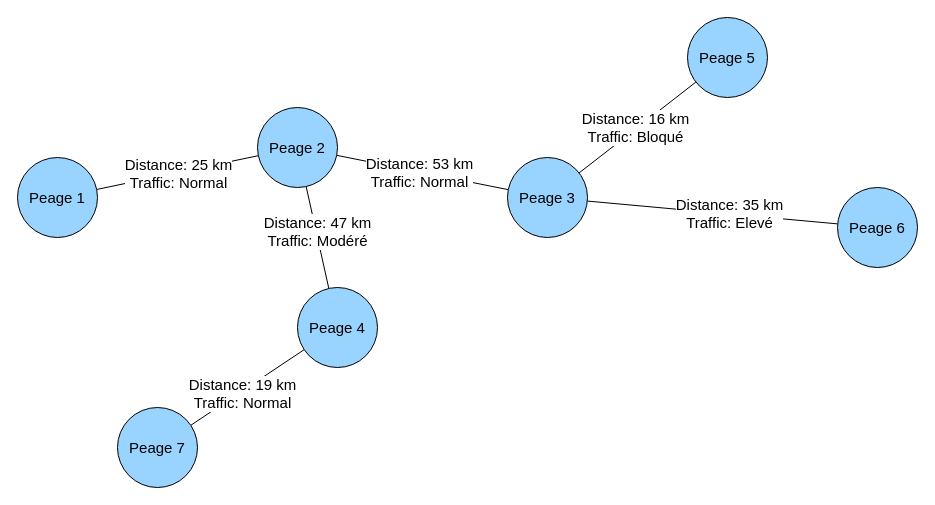
The draw.io diagram diagrams/toll-graph.drawio in devlotfi/peage-pay, before the edit. Source tidied: cells renumbered, new cells numbered last; positions are measured from the earlier drawing's top-left corner, leaving out a move shared by most shapes. Both pictures are drawn from the tidied source at 100%, with x=0, y=0 at pixel (17, 17).
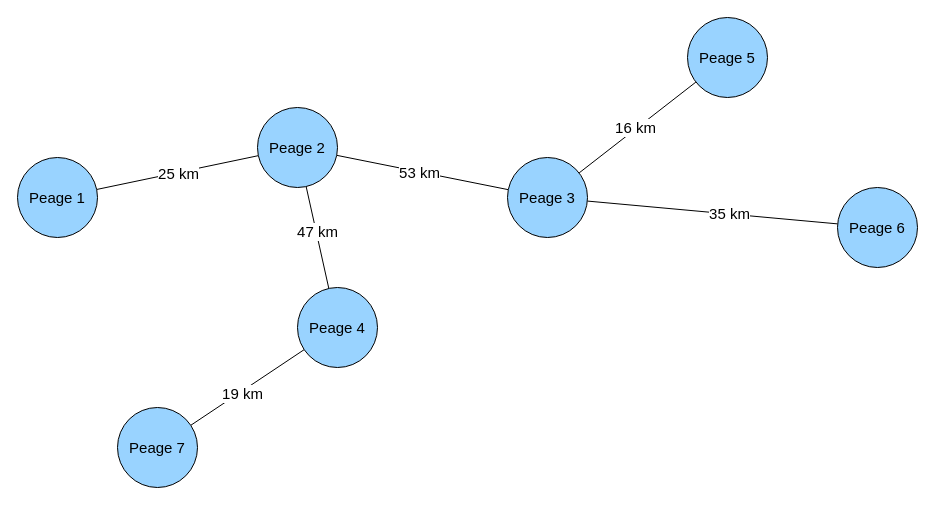
Above is the later version.

Unchanged cells that the change refers to:
```xml
<mxCell id="2" style="rounded=0;jettySize=auto;html=1;endArrow=none;endFill=0;fontSize=15;" parent="1" edge="1" source="4" target="9">
  <mxGeometry relative="1" as="geometry" />
</mxCell>
<mxCell id="5" style="edgeStyle=none;rounded=0;jettySize=auto;html=1;strokeColor=default;align=center;verticalAlign=middle;fontFamily=Helvetica;fontSize=15;fontColor=default;labelBackgroundColor=default;endArrow=none;endFill=0;" parent="1" edge="1" source="9" target="14">
  <mxGeometry relative="1" as="geometry" />
</mxCell>
<mxCell id="7" style="edgeStyle=none;rounded=0;jettySize=auto;html=1;strokeColor=default;align=center;verticalAlign=middle;fontFamily=Helvetica;fontSize=15;fontColor=default;labelBackgroundColor=default;endArrow=none;endFill=0;" parent="1" edge="1" source="9" target="17">
  <mxGeometry relative="1" as="geometry" />
</mxCell>
<mxCell id="10" style="edgeStyle=none;rounded=0;jettySize=auto;html=1;strokeColor=default;align=center;verticalAlign=middle;fontFamily=Helvetica;fontSize=15;fontColor=default;labelBackgroundColor=default;endArrow=none;endFill=0;" parent="1" edge="1" source="14" target="18">
  <mxGeometry relative="1" as="geometry" />
</mxCell>
<mxCell id="12" style="edgeStyle=none;rounded=0;jettySize=auto;html=1;strokeColor=default;align=center;verticalAlign=middle;fontFamily=Helvetica;fontSize=15;fontColor=default;labelBackgroundColor=default;endArrow=none;endFill=0;" parent="1" edge="1" source="14" target="19">
  <mxGeometry relative="1" as="geometry" />
</mxCell>
<mxCell id="15" style="edgeStyle=none;rounded=0;jettySize=auto;html=1;strokeColor=default;align=center;verticalAlign=middle;fontFamily=Helvetica;fontSize=15;fontColor=default;labelBackgroundColor=default;endArrow=none;endFill=0;" parent="1" edge="1" source="17" target="20">
  <mxGeometry relative="1" as="geometry" />
</mxCell>
```

Change to the diagram source:
```diff
@@
-    <mxCell id="3" value="Distance: 25 km&lt;div&gt;Traffic: Normal&lt;/div&gt;" style="edgeLabel;html=1;align=center;verticalAlign=middle;shadow=0;strokeColor=default;fontFamily=Helvetica;fontSize=15;fontColor=default;labelBackgroundColor=default;fillColor=#99D3FF;gradientColor=none;" parent="2" vertex="1">
+    <mxCell id="3" value="25 km" style="edgeLabel;html=1;align=center;verticalAlign=middle;shadow=0;strokeColor=default;fontFamily=Helvetica;fontSize=15;fontColor=default;labelBackgroundColor=default;fillColor=#99D3FF;gradientColor=none;" parent="2" vertex="1">
       <mxGeometry relative="1" as="geometry">
         <mxPoint y="1" as="offset" />
       </mxGeometry>
     </mxCell>
@@
-    <mxCell id="6" value="Distance: 53 km&lt;div&gt;Traffic: Normal&lt;/div&gt;" style="edgeLabel;html=1;align=center;verticalAlign=middle;shadow=0;strokeColor=default;fontFamily=Helvetica;fontSize=15;fontColor=default;labelBackgroundColor=default;fillColor=#99D3FF;gradientColor=none;" parent="5" vertex="1">
+    <mxCell id="6" value="53 km" style="edgeLabel;html=1;align=center;verticalAlign=middle;shadow=0;strokeColor=default;fontFamily=Helvetica;fontSize=15;fontColor=default;labelBackgroundColor=default;fillColor=#99D3FF;gradientColor=none;" parent="5" vertex="1">
       <mxGeometry x="-0.04" relative="1" as="geometry" />
     </mxCell>
@@
-    <mxCell id="8" value="Distance: 47 km&lt;div&gt;Traffic: Modéré&lt;/div&gt;" style="edgeLabel;html=1;align=center;verticalAlign=middle;shadow=0;strokeColor=default;fontFamily=Helvetica;fontSize=15;fontColor=default;labelBackgroundColor=default;fillColor=#99D3FF;gradientColor=none;" parent="7" vertex="1">
+    <mxCell id="8" value="47 km" style="edgeLabel;html=1;align=center;verticalAlign=middle;shadow=0;strokeColor=default;fontFamily=Helvetica;fontSize=15;fontColor=default;labelBackgroundColor=default;fillColor=#99D3FF;gradientColor=none;" parent="7" vertex="1">
       <mxGeometry x="-0.11" y="1" relative="1" as="geometry" />
     </mxCell>
@@
-    <mxCell id="11" value="Distance: 35 km&lt;div&gt;Traffic: Elevé&lt;/div&gt;" style="edgeLabel;html=1;align=center;verticalAlign=middle;shadow=0;strokeColor=default;fontFamily=Helvetica;fontSize=15;fontColor=default;labelBackgroundColor=default;fillColor=#99D3FF;gradientColor=none;" parent="10" vertex="1">
+    <mxCell id="11" value="35 km" style="edgeLabel;html=1;align=center;verticalAlign=middle;shadow=0;strokeColor=default;fontFamily=Helvetica;fontSize=15;fontColor=default;labelBackgroundColor=default;fillColor=#99D3FF;gradientColor=none;" parent="10" vertex="1">
       <mxGeometry x="0.13" y="1" relative="1" as="geometry" />
     </mxCell>
@@
-    <mxCell id="13" value="Distance: 16 km&lt;div&gt;Traffic: Bloqué&lt;/div&gt;" style="edgeLabel;html=1;align=center;verticalAlign=middle;shadow=0;strokeColor=default;fontFamily=Helvetica;fontSize=15;fontColor=default;labelBackgroundColor=default;fillColor=#99D3FF;gradientColor=none;" parent="12" vertex="1">
+    <mxCell id="13" value="16 km" style="edgeLabel;html=1;align=center;verticalAlign=middle;shadow=0;strokeColor=default;fontFamily=Helvetica;fontSize=15;fontColor=default;labelBackgroundColor=default;fillColor=#99D3FF;gradientColor=none;" parent="12" vertex="1">
       <mxGeometry x="-0.01" y="2" relative="1" as="geometry" />
     </mxCell>
@@
-    <mxCell id="16" value="Distance: 19 km&lt;div&gt;Traffic: Normal&lt;/div&gt;" style="edgeLabel;html=1;align=center;verticalAlign=middle;shadow=0;strokeColor=default;fontFamily=Helvetica;fontSize=15;fontColor=default;labelBackgroundColor=default;fillColor=#99D3FF;gradientColor=none;" parent="15" vertex="1">
+    <mxCell id="16" value="19 km" style="edgeLabel;html=1;align=center;verticalAlign=middle;shadow=0;strokeColor=default;fontFamily=Helvetica;fontSize=15;fontColor=default;labelBackgroundColor=default;fillColor=#99D3FF;gradientColor=none;" parent="15" vertex="1">
       <mxGeometry x="0.11" y="1" relative="1" as="geometry" />
     </mxCell>
```
